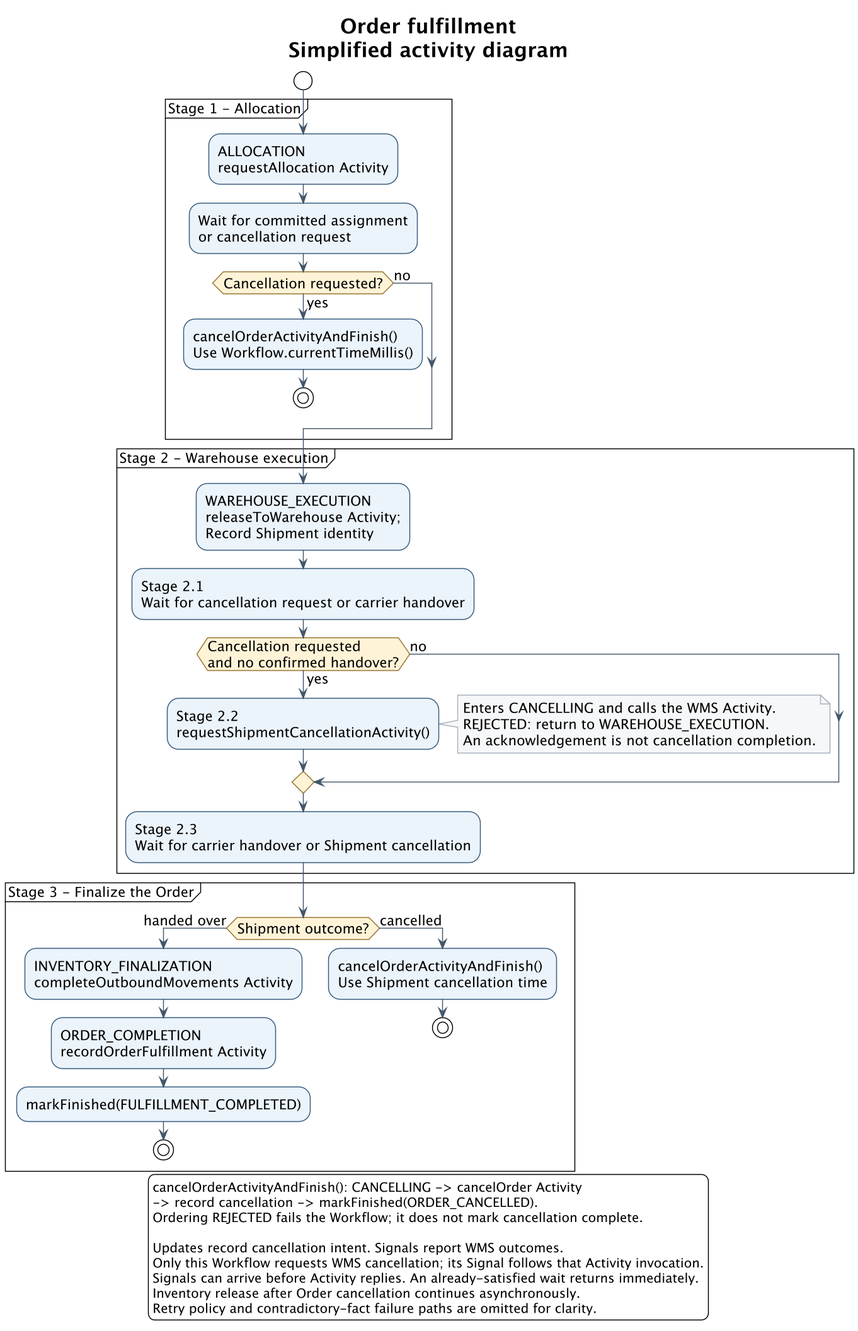
Before: backend/orchestration-temporal-runtime/src/main/java/com/flowzati/archone/orchestration/runtime/workflow/order/OrderFulfillmentWorkflowImpl.png, a diagram exported from PlantUML (zhjiangexe/order-allocation-arch-demo).
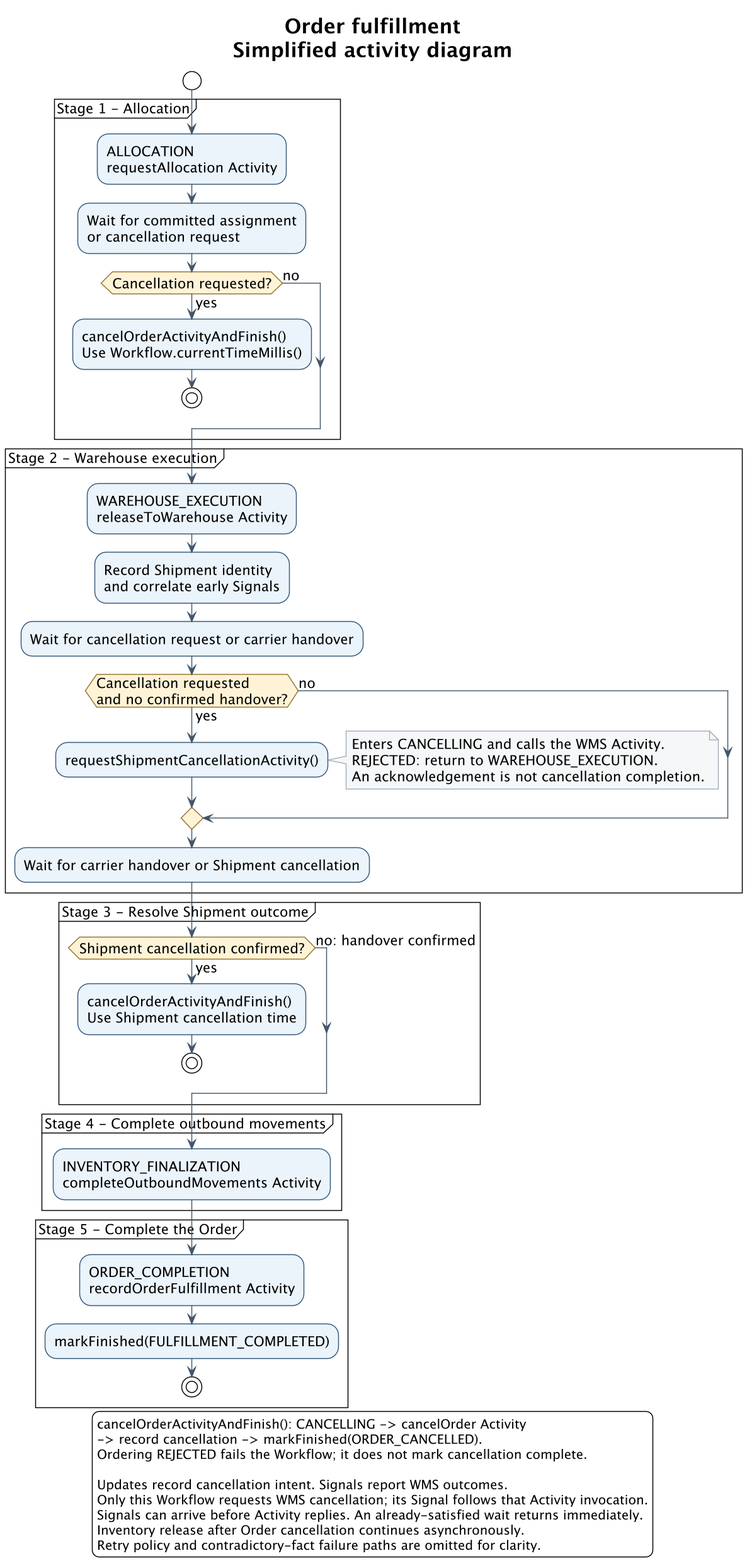
After the commit.

The edit, as a diff of the source:
```diff
@@ -26,10 +26,11 @@
   endif
 }
 partition "Stage 2 - Warehouse execution" {
-  :WAREHOUSE_EXECUTION\nreleaseToWarehouse Activity;\nRecord Shipment identity;
-  :Stage 2.1\nWait for cancellation request or carrier handover;
+  :WAREHOUSE_EXECUTION\nreleaseToWarehouse Activity;
+  :Record Shipment identity\nand correlate early Signals;
+  :Wait for cancellation request or carrier handover;
   if (Cancellation requested\nand no confirmed handover?) then (yes)
-    :Stage 2.2\nrequestShipmentCancellationActivity();
+    :requestShipmentCancellationActivity();
     note right
       Enters CANCELLING and calls the WMS Activity.
       REJECTED: return to WAREHOUSE_EXECUTION.
@@ -37,18 +38,22 @@
     end note
   else (no)
   endif
-  :Stage 2.3\nWait for carrier handover or Shipment cancellation;
+  :Wait for carrier handover or Shipment cancellation;
 }
-partition "Stage 3 - Finalize the Order" {
-  if (Shipment outcome?) then (handed over)
-    :INVENTORY_FINALIZATION\ncompleteOutboundMovements Activity;
-    :ORDER_COMPLETION\nrecordOrderFulfillment Activity;
-    :markFinished(FULFILLMENT_COMPLETED);
-    stop
-  else (cancelled)
+partition "Stage 3 - Resolve Shipment outcome" {
+  if (Shipment cancellation confirmed?) then (yes)
     :cancelOrderActivityAndFinish()\nUse Shipment cancellation time;
     stop
+  else (no: handover confirmed)
   endif
+}
+partition "Stage 4 - Complete outbound movements" {
+  :INVENTORY_FINALIZATION\ncompleteOutboundMovements Activity;
+}
+partition "Stage 5 - Complete the Order" {
+  :ORDER_COMPLETION\nrecordOrderFulfillment Activity;
+  :markFinished(FULFILLMENT_COMPLETED);
+  stop
 }
 legend bottom
   cancelOrderActivityAndFinish(): CANCELLING -> cancelOrder Activity
```
